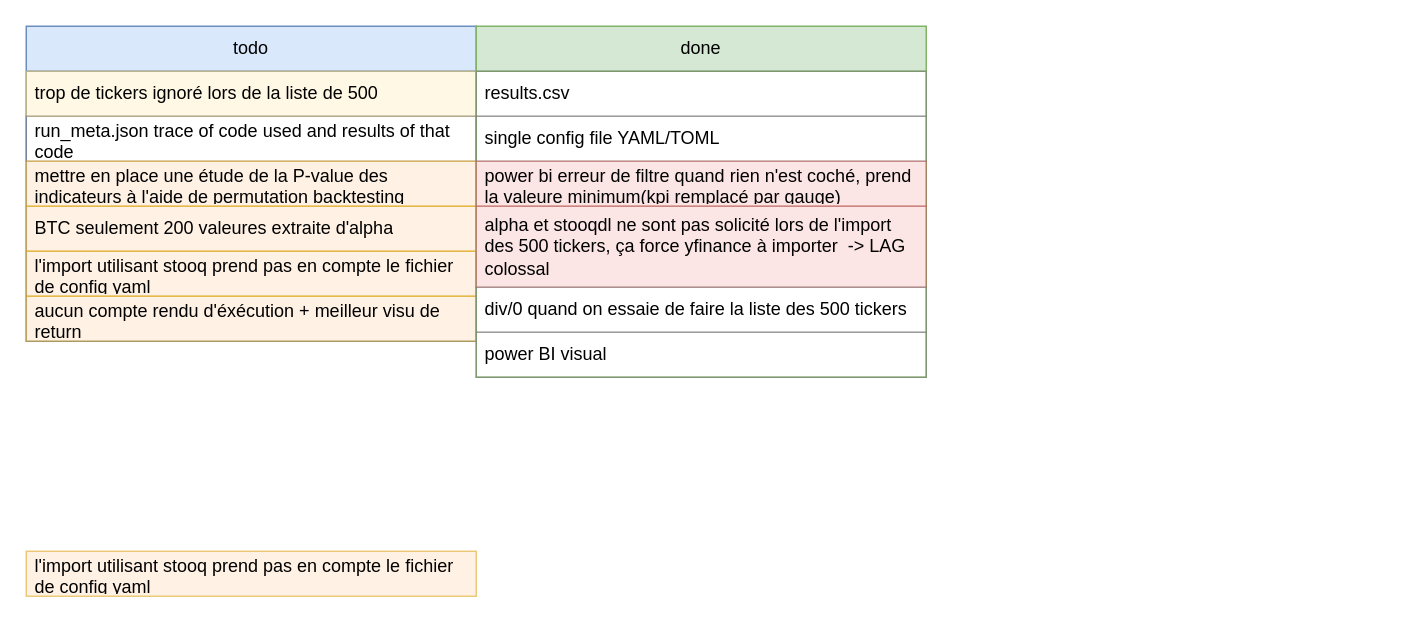
Earlier version of the draw.io diagram page "Page-2" (2 of 4) of Informations.drawio (sh4r-KO/special-tribble). Source tidied: cells renumbered, new cells numbered last; positions are measured from the earlier drawing's top-left corner, leaving out a move shared by most shapes. Both pictures are drawn from the tidied source at 150%, with x=0, y=0 at pixel (26, 26).
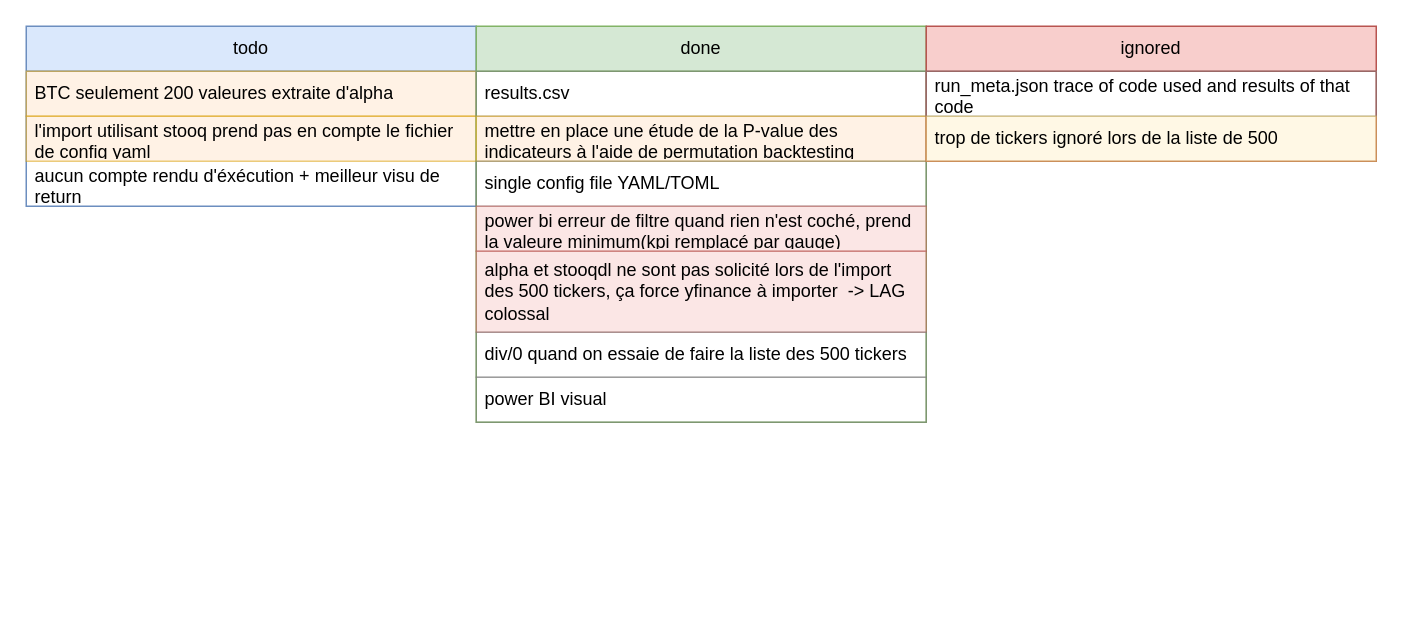
Above is the later version.

What changed in the source:
```diff
@@
 <mxGraphModel>
   <root>
     <mxCell id="0" />
     <mxCell id="1" parent="0" />
     <mxCell id="2" value="todo" style="swimlane;fontStyle=0;horizontal=1;startSize=30;whiteSpace=wrap;html=1;fillColor=#dae8fc;strokeColor=#6c8ebf;" parent="1" vertex="1">
-      <mxGeometry width="300" height="210" as="geometry" />
+      <mxGeometry width="300" height="120" as="geometry" />
     </mxCell>
-    <mxCell id="3" value="trop de tickers ignoré lors de la liste de 500" style="text;strokeColor=#d6b656;fillColor=#fff2cc;align=left;verticalAlign=middle;spacingLeft=4;spacingRight=4;overflow=hidden;whiteSpace=wrap;html=1;strokeWidth=1;opacity=50;" parent="2" vertex="1">
-      <mxGeometry y="30" width="300" height="30" as="geometry" />
-    </mxCell>
-    <mxCell id="4" value="run_meta.json trace of code used and results of that code" style="text;strokeColor=#7D7D7D;fillColor=none;align=left;verticalAlign=middle;spacingLeft=4;spacingRight=4;overflow=hidden;whiteSpace=wrap;html=1;strokeWidth=1;opacity=50;" parent="2" vertex="1">
-      <mxGeometry y="60" width="300" height="30" as="geometry" />
-    </mxCell>
-    <mxCell id="5" value="mettre en place une étude de la P-value des indicateurs à l'aide de permutation backtesting" style="text;strokeColor=#d79b00;fillColor=#ffe6cc;align=left;verticalAlign=middle;spacingLeft=4;spacingRight=4;overflow=hidden;whiteSpace=wrap;html=1;strokeWidth=1;opacity=50;" parent="2" vertex="1">
-      <mxGeometry y="90" width="300" height="30" as="geometry" />
-    </mxCell>
     <mxCell id="6" value="BTC seulement 200 valeures extraite d'alpha" style="text;strokeColor=#d79b00;fillColor=#ffe6cc;align=left;verticalAlign=middle;spacingLeft=4;spacingRight=4;overflow=hidden;whiteSpace=wrap;html=1;strokeWidth=1;opacity=50;" parent="2" vertex="1">
-      <mxGeometry y="120" width="300" height="30" as="geometry" />
+      <mxGeometry y="30" width="300" height="30" as="geometry" />
     </mxCell>
     <mxCell id="7" value="l'import utilisant stooq prend pas en compte le fichier de config yaml" style="text;strokeColor=#d79b00;fillColor=#ffe6cc;align=left;verticalAlign=middle;spacingLeft=4;spacingRight=4;overflow=hidden;whiteSpace=wrap;html=1;strokeWidth=1;opacity=50;" parent="2" vertex="1">
-      <mxGeometry y="150" width="300" height="30" as="geometry" />
+      <mxGeometry y="60" width="300" height="30" as="geometry" />
     </mxCell>
-    <mxCell id="8" value="aucun compte rendu d'éxécution + meilleur visu de return" style="text;strokeColor=#d79b00;fillColor=#ffe6cc;align=left;verticalAlign=middle;spacingLeft=4;spacingRight=4;overflow=hidden;whiteSpace=wrap;html=1;strokeWidth=1;opacity=50;" parent="2" vertex="1">
-      <mxGeometry y="180" width="300" height="30" as="geometry" />
+    <mxCell id="8" value="aucun compte rendu d'éxécution + meilleur visu de return" style="text;align=left;verticalAlign=middle;spacingLeft=4;spacingRight=4;overflow=hidden;whiteSpace=wrap;html=1;strokeWidth=1;opacity=50;" parent="2" vertex="1">
+      <mxGeometry y="90" width="300" height="30" as="geometry" />
     </mxCell>
     <mxCell id="9" value="done" style="swimlane;fontStyle=0;horizontal=1;startSize=30;whiteSpace=wrap;html=1;fillColor=#d5e8d4;strokeColor=#82b366;" parent="1" vertex="1">
-      <mxGeometry x="300" width="300" height="234" as="geometry" />
+      <mxGeometry x="300" width="300" height="264" as="geometry" />
     </mxCell>
     <mxCell id="10" value="results.csv" style="text;strokeColor=#7D7D7D;fillColor=none;align=left;verticalAlign=middle;spacingLeft=4;spacingRight=4;overflow=hidden;whiteSpace=wrap;html=1;strokeWidth=1;opacity=50;" parent="9" vertex="1">
       <mxGeometry y="30" width="300" height="30" as="geometry" />
     </mxCell>
+    <mxCell id="5" value="mettre en place une étude de la P-value des indicateurs à l'aide de permutation backtesting" style="text;strokeColor=#d79b00;fillColor=#ffe6cc;align=left;verticalAlign=middle;spacingLeft=4;spacingRight=4;overflow=hidden;whiteSpace=wrap;html=1;strokeWidth=1;opacity=50;" parent="9" vertex="1">
+      <mxGeometry y="60" width="300" height="30" as="geometry" />
+    </mxCell>
     <mxCell id="11" value="single config file YAML/TOML" style="text;strokeColor=#7D7D7D;fillColor=none;align=left;verticalAlign=middle;spacingLeft=4;spacingRight=4;overflow=hidden;whiteSpace=wrap;html=1;strokeWidth=1;opacity=50;" parent="9" vertex="1">
-      <mxGeometry y="60" width="300" height="30" as="geometry" />
+      <mxGeometry y="90" width="300" height="30" as="geometry" />
     </mxCell>
     <mxCell id="12" value="power bi erreur de filtre quand rien n'est coché, prend la valeure minimum(kpi remplacé par gauge)" style="text;strokeColor=#b85450;fillColor=#f8cecc;align=left;verticalAlign=middle;spacingLeft=4;spacingRight=4;overflow=hidden;whiteSpace=wrap;html=1;strokeWidth=1;opacity=50;" parent="9" vertex="1">
-      <mxGeometry y="90" width="300" height="30" as="geometry" />
+      <mxGeometry y="120" width="300" height="30" as="geometry" />
     </mxCell>
     <mxCell id="13" value="alpha et stooqdl ne sont pas solicité lors de l'import des 500 tickers, ça force yfinance à importer&amp;nbsp; -&amp;gt; LAG colossal" style="text;strokeColor=#b85450;fillColor=#f8cecc;align=left;verticalAlign=middle;spacingLeft=4;spacingRight=4;overflow=hidden;whiteSpace=wrap;html=1;strokeWidth=1;opacity=50;" parent="9" vertex="1">
-      <mxGeometry y="120" width="300" height="54" as="geometry" />
+      <mxGeometry y="150" width="300" height="54" as="geometry" />
     </mxCell>
     <mxCell id="14" value="div/0 quand on essaie de faire la liste des 500 tickers" style="text;strokeColor=#7D7D7D;fillColor=none;align=left;verticalAlign=middle;spacingLeft=4;spacingRight=4;overflow=hidden;whiteSpace=wrap;html=1;strokeWidth=1;opacity=50;" parent="9" vertex="1">
-      <mxGeometry y="174" width="300" height="30" as="geometry" />
+      <mxGeometry y="204" width="300" height="30" as="geometry" />
     </mxCell>
     <mxCell id="15" value="power BI visual" style="text;strokeColor=#7D7D7D;fillColor=none;align=left;verticalAlign=middle;spacingLeft=4;spacingRight=4;overflow=hidden;whiteSpace=wrap;html=1;strokeWidth=1;opacity=50;" parent="9" vertex="1">
-      <mxGeometry y="204" width="300" height="30" as="geometry" />
+      <mxGeometry y="234" width="300" height="30" as="geometry" />
     </mxCell>
-    <mxCell id="16" value="l'import utilisant stooq prend pas en compte le fichier de config yaml" style="text;strokeColor=#d79b00;fillColor=#ffe6cc;align=left;verticalAlign=middle;spacingLeft=4;spacingRight=4;overflow=hidden;whiteSpace=wrap;html=1;strokeWidth=1;opacity=50;" parent="1" vertex="1">
-      <mxGeometry y="350" width="300" height="30" as="geometry" />
-    </mxCell>
+    <mxCell id="17" value="ignored" style="swimlane;fontStyle=0;horizontal=1;startSize=30;whiteSpace=wrap;html=1;fillColor=#f8cecc;strokeColor=#b85450;" parent="1" vertex="1">
+      <mxGeometry x="600" width="300" height="90" as="geometry" />
+    </mxCell>
+    <mxCell id="4" value="run_meta.json trace of code used and results of that code" style="text;strokeColor=#7D7D7D;fillColor=none;align=left;verticalAlign=middle;spacingLeft=4;spacingRight=4;overflow=hidden;whiteSpace=wrap;html=1;strokeWidth=1;opacity=50;" parent="17" vertex="1">
+      <mxGeometry y="30" width="300" height="30" as="geometry" />
+    </mxCell>
+    <mxCell id="3" value="trop de tickers ignoré lors de la liste de 500" style="text;strokeColor=#d6b656;fillColor=#fff2cc;align=left;verticalAlign=middle;spacingLeft=4;spacingRight=4;overflow=hidden;whiteSpace=wrap;html=1;strokeWidth=1;opacity=50;" parent="17" vertex="1">
+      <mxGeometry y="60" width="300" height="30" as="geometry" />
+    </mxCell>
   </root>
 </mxGraphModel>
```
